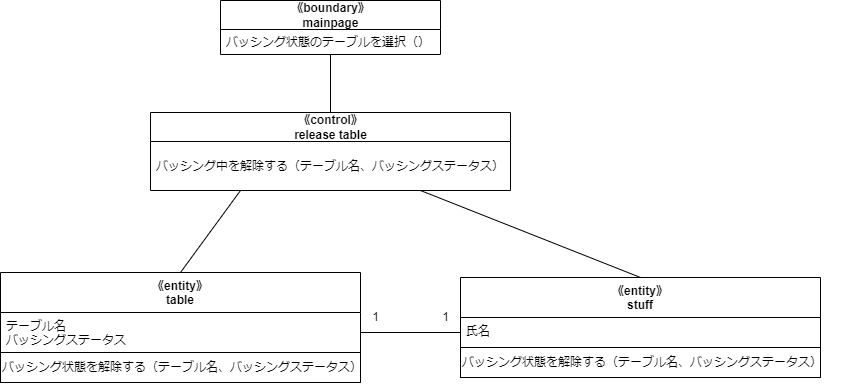
This is psp4/設計モデルのクラス/設計モデルクラス図_バッシング.drawio.png from MasakiHiguchi/---, a draw.io export, as it was before one commit. Source tidied: cells renumbered, new cells last; positions are measured from the earlier drawing's top-left corner, leaving out a move shared by most shapes.
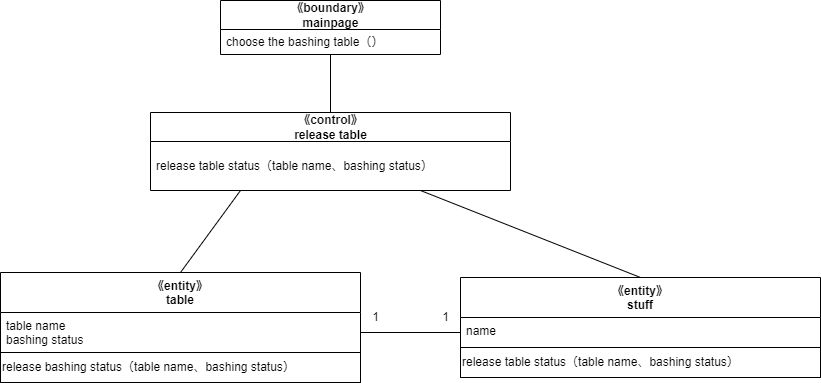
After the change.

Diff of the diagram source:
```diff
@@ -5,7 +5,7 @@
     <mxCell id="2" value="《boundary》&lt;br&gt;mainpage" style="swimlane;fontStyle=1;align=center;verticalAlign=middle;horizontal=1;startSize=29;html=1;" parent="1" vertex="1">
       <mxGeometry x="220" width="220" height="54" as="geometry" />
     </mxCell>
-    <mxCell id="3" value="バッシング状態のテーブルを選択（）" style="text;html=1;strokeColor=none;fillColor=none;align=left;verticalAlign=middle;spacingLeft=4;spacingRight=4;overflow=hidden;" parent="2" vertex="1">
+    <mxCell id="3" value="choose the bashing table（）" style="text;html=1;strokeColor=none;fillColor=none;align=left;verticalAlign=middle;spacingLeft=4;spacingRight=4;overflow=hidden;" parent="2" vertex="1">
       <mxGeometry y="29" width="220" height="25" as="geometry" />
     </mxCell>
     <mxCell id="4" style="edgeStyle=none;html=1;exitX=0.5;exitY=0;exitDx=0;exitDy=0;entryX=0.5;entryY=1;entryDx=0;entryDy=0;endArrow=none;endFill=0;" parent="1" edge="1" source="5" target="2">
@@ -14,7 +14,7 @@
     <mxCell id="5" value="《control》&lt;br&gt;release table" style="swimlane;fontStyle=1;align=center;verticalAlign=middle;horizontal=1;startSize=29;html=1;" parent="1" vertex="1">
       <mxGeometry x="150" y="112" width="360" height="78" as="geometry" />
     </mxCell>
-    <mxCell id="6" value="バッシング中を解除する（テーブル名、バッシングステータス）" style="text;html=1;strokeColor=none;fillColor=none;align=left;verticalAlign=middle;spacingLeft=4;spacingRight=4;overflow=hidden;" parent="5" vertex="1">
+    <mxCell id="6" value="release table status（table name、bashing status）" style="text;html=1;strokeColor=none;fillColor=none;align=left;verticalAlign=middle;spacingLeft=4;spacingRight=4;overflow=hidden;" parent="5" vertex="1">
       <mxGeometry y="29" width="360" height="49" as="geometry" />
     </mxCell>
     <mxCell id="7" style="edgeStyle=none;html=1;exitX=0.5;exitY=0;exitDx=0;exitDy=0;entryX=0.25;entryY=1;entryDx=0;entryDy=0;endArrow=none;endFill=0;" parent="1" edge="1" source="8" target="5">
@@ -23,14 +23,14 @@
     <mxCell id="8" value="《entity》&#10;table" style="swimlane;fontStyle=1;align=center;verticalAlign=top;horizontal=1;startSize=40;" parent="1" vertex="1">
       <mxGeometry y="272" width="360" height="110" as="geometry" />
     </mxCell>
-    <mxCell id="9" value="テーブル名&#10;バッシングステータス" style="text;strokeColor=none;fillColor=none;align=left;verticalAlign=top;spacingLeft=4;spacingRight=4;overflow=hidden;points=[[0,0.5],[1,0.5]];portConstraint=eastwest;" parent="8" vertex="1">
+    <mxCell id="9" value="table name&#10;bashing status" style="text;strokeColor=none;fillColor=none;align=left;verticalAlign=top;spacingLeft=4;spacingRight=4;overflow=hidden;points=[[0,0.5],[1,0.5]];portConstraint=eastwest;" parent="8" vertex="1">
       <mxGeometry y="40" width="360" height="40" as="geometry" />
     </mxCell>
     <mxCell id="10" style="swimlane;startSize=0;" parent="8" vertex="1">
       <mxGeometry y="80" width="360" height="30" as="geometry" />
     </mxCell>
-    <mxCell id="11" value="バッシング状態を解除する（テーブル名、バッシングステータス）" style="text;html=1;align=left;verticalAlign=middle;strokeColor=none;fillColor=none;" parent="10" vertex="1">
-      <mxGeometry width="380" height="30" as="geometry" />
+    <mxCell id="11" value="release bashing status（table name、bashing status）" style="text;html=1;align=left;verticalAlign=middle;strokeColor=none;fillColor=none;" parent="10" vertex="1">
+      <mxGeometry width="320" height="30" as="geometry" />
     </mxCell>
     <mxCell id="12" style="edgeStyle=none;html=1;exitX=0.5;exitY=0;exitDx=0;exitDy=0;entryX=0.75;entryY=1;entryDx=0;entryDy=0;endArrow=none;endFill=0;" parent="1" edge="1" source="13" target="5">
       <mxGeometry relative="1" as="geometry" />
@@ -38,14 +38,14 @@
     <mxCell id="13" value="《entity》&#10;stuff" style="swimlane;fontStyle=1;align=center;verticalAlign=top;horizontal=1;startSize=40;" parent="1" vertex="1">
       <mxGeometry x="460" y="277" width="360" height="100" as="geometry" />
     </mxCell>
-    <mxCell id="14" value="氏名" style="text;strokeColor=none;fillColor=none;align=left;verticalAlign=top;spacingLeft=4;spacingRight=4;overflow=hidden;points=[[0,0.5],[1,0.5]];portConstraint=eastwest;" parent="13" vertex="1">
+    <mxCell id="14" value="name" style="text;strokeColor=none;fillColor=none;align=left;verticalAlign=top;spacingLeft=4;spacingRight=4;overflow=hidden;points=[[0,0.5],[1,0.5]];portConstraint=eastwest;" parent="13" vertex="1">
       <mxGeometry y="40" width="360" height="30" as="geometry" />
     </mxCell>
     <mxCell id="15" style="swimlane;startSize=0;" parent="13" vertex="1">
       <mxGeometry y="70" width="360" height="30" as="geometry" />
     </mxCell>
-    <mxCell id="16" value="バッシング状態を解除する（テーブル名、バッシングステータス）" style="text;html=1;align=left;verticalAlign=middle;strokeColor=none;fillColor=none;" parent="15" vertex="1">
-      <mxGeometry width="380" height="30" as="geometry" />
+    <mxCell id="16" value="release table status（table name、bashing status）" style="text;html=1;align=left;verticalAlign=middle;strokeColor=none;fillColor=none;" parent="15" vertex="1">
+      <mxGeometry width="300" height="30" as="geometry" />
     </mxCell>
     <mxCell id="17" style="edgeStyle=none;html=1;exitX=1;exitY=0.5;exitDx=0;exitDy=0;entryX=0;entryY=0.5;entryDx=0;entryDy=0;endArrow=none;endFill=0;" parent="1" edge="1" source="9" target="14">
       <mxGeometry relative="1" as="geometry" />
```
